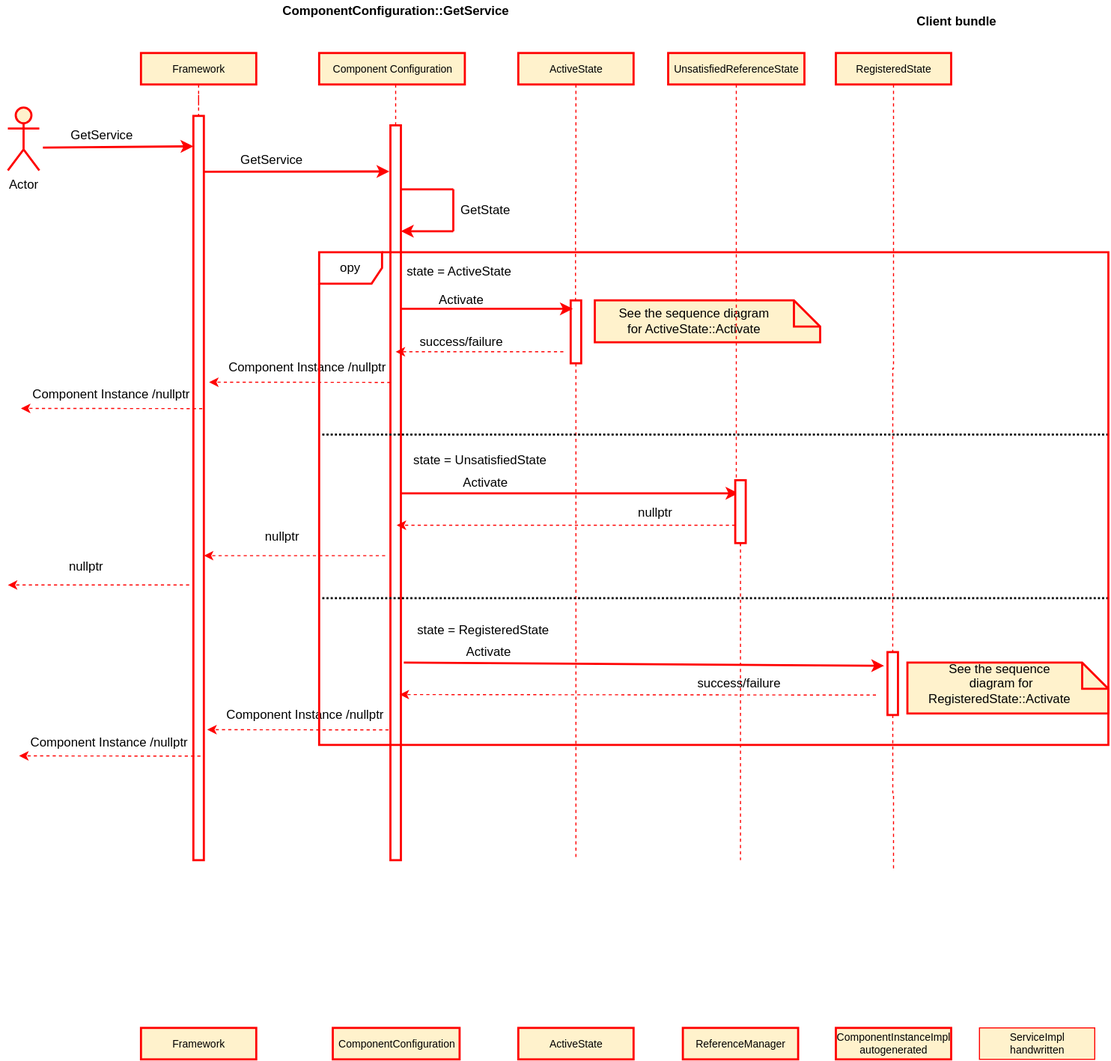
CppMicroServices/rfcs keeps this draw.io diagram as text/0003-declarative-services/ComponentConfigurationGetService.svg. Above is the earlier version. Source tidied: cells renumbered, new cells last; positions are measured from the earlier drawing's top-left corner, leaving out a move shared by most shapes.
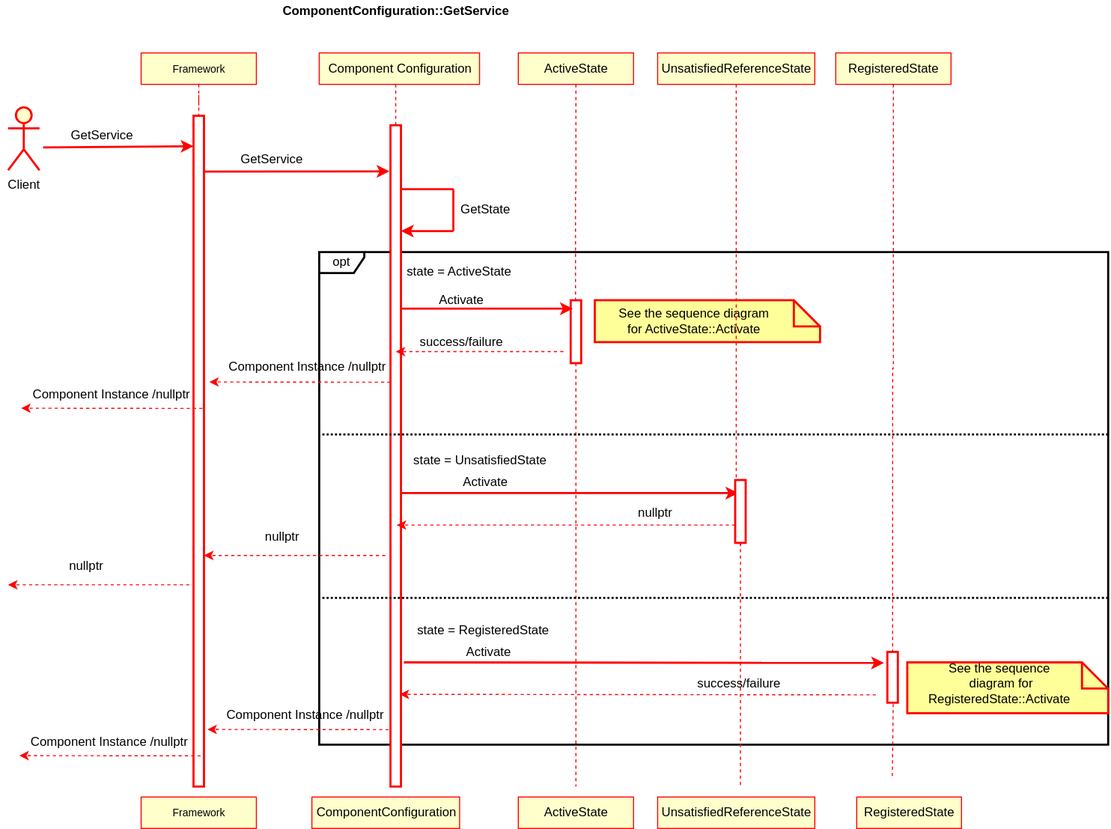
After the commit.

Change to the diagram source:
```diff
@@ -2,20 +2,23 @@
   <root>
     <mxCell id="0" />
     <mxCell id="1" parent="0" />
+    <mxCell id="70" value="opt" style="shape=umlFrame;whiteSpace=wrap;html=1;strokeWidth=2;width=43;height=20;" parent="1" vertex="1">
+      <mxGeometry x="297" y="240" width="753" height="470" as="geometry" />
+    </mxCell>
     <mxCell id="2" style="html=1;points=[];perimeter=orthogonalPerimeter;strokeWidth=2;strokeColor=#FF0000;" parent="1" vertex="1">
-      <mxGeometry x="177" y="110" width="10" height="710" as="geometry" />
+      <mxGeometry x="177" y="110" width="10" height="640" as="geometry" />
     </mxCell>
     <mxCell id="3" style="edgeStyle=orthogonalEdgeStyle;rounded=0;jettySize=auto;html=1;dashed=1;endArrow=none;endFill=0;strokeColor=#FF0000;strokeWidth=1;" parent="1" edge="1" source="4" target="2">
       <mxGeometry relative="1" as="geometry" />
     </mxCell>
-    <mxCell id="4" value="&lt;span style=&quot;font-size: 10px&quot;&gt;Framework&lt;/span&gt;" style="html=1;strokeWidth=2;fillColor=#fff2cc;strokeColor=#FF0000;" parent="1" vertex="1">
+    <mxCell id="4" value="&lt;span style=&quot;font-size: 10px&quot;&gt;Framework&lt;/span&gt;" style="html=1;strokeWidth=1;strokeColor=#FF0000;fillColor=#FFFFCC;" parent="1" vertex="1">
       <mxGeometry x="127" y="50" width="110" height="30" as="geometry" />
     </mxCell>
     <mxCell id="5" value="&lt;font style=&quot;font-size: 12px&quot;&gt;&lt;b&gt;ComponentConfiguration::GetService&lt;/b&gt;&lt;/font&gt;" style="text;html=1;align=center;verticalAlign=middle;fontSize=10;" parent="1" vertex="1">
       <mxGeometry x="255" width="230" height="20" as="geometry" />
     </mxCell>
-    <mxCell id="6" value="&lt;font style=&quot;font-size: 10px&quot;&gt;Component Configuration&lt;/font&gt;" style="html=1;strokeWidth=2;fontSize=10;fillColor=#fff2cc;strokeColor=#FF0000;" parent="1" vertex="1">
-      <mxGeometry x="297" y="50" width="139" height="30" as="geometry" />
+    <mxCell id="6" value="&lt;font style=&quot;font-size: 12px;&quot;&gt;Component Configuration&lt;/font&gt;" style="html=1;strokeWidth=1;fontSize=12;strokeColor=#FF0000;fillColor=#FFFFCC;" parent="1" vertex="1">
+      <mxGeometry x="297" y="50" width="153" height="30" as="geometry" />
     </mxCell>
     <mxCell id="7" style="rounded=0;orthogonalLoop=1;jettySize=auto;html=1;dashed=1;endArrow=none;endFill=0;strokeWidth=1;strokeColor=#FF0000;" parent="1" edge="1">
       <mxGeometry relative="1" as="geometry">
@@ -26,7 +29,7 @@
     <mxCell id="8" style="edgeStyle=orthogonalEdgeStyle;rounded=0;jettySize=auto;html=1;entryX=0.46;entryY=-0.006;entryDx=0;entryDy=0;entryPerimeter=0;endArrow=none;endFill=0;strokeColor=#FF0000;strokeWidth=1;dashed=1;" parent="1" edge="1" source="9" target="14">
       <mxGeometry relative="1" as="geometry" />
     </mxCell>
-    <mxCell id="9" value="&lt;font style=&quot;font-size: 10px&quot;&gt;ActiveState&lt;/font&gt;" style="html=1;strokeWidth=2;fontSize=10;fillColor=#fff2cc;strokeColor=#FF0000;" parent="1" vertex="1">
+    <mxCell id="9" value="&lt;font style=&quot;font-size: 12px;&quot;&gt;ActiveState&lt;/font&gt;" style="html=1;strokeWidth=1;fontSize=12;strokeColor=#FF0000;fillColor=#FFFFCC;" parent="1" vertex="1">
       <mxGeometry x="487" y="50" width="110" height="30" as="geometry" />
     </mxCell>
     <mxCell id="10" style="edgeStyle=none;rounded=0;jettySize=auto;html=1;dashed=1;startArrow=none;startFill=0;endArrow=none;endFill=0;strokeWidth=1;fontSize=10;strokeColor=#FF0000;" parent="1" edge="1" source="54">
@@ -34,15 +37,15 @@
         <mxPoint x="699" y="520" as="targetPoint" />
       </mxGeometry>
     </mxCell>
-    <mxCell id="11" value="&lt;font style=&quot;font-size: 10px&quot;&gt;UnsatisfiedReferenceState&lt;/font&gt;" style="html=1;strokeWidth=2;fontSize=10;fillColor=#fff2cc;strokeColor=#FF0000;" parent="1" vertex="1">
-      <mxGeometry x="630" y="50" width="130" height="30" as="geometry" />
+    <mxCell id="11" value="&lt;font style=&quot;font-size: 12px;&quot;&gt;UnsatisfiedReferenceState&lt;/font&gt;" style="html=1;strokeWidth=1;fontSize=12;strokeColor=#FF0000;fillColor=#FFFFCC;" parent="1" vertex="1">
+      <mxGeometry x="620" y="50" width="150" height="30" as="geometry" />
     </mxCell>
     <mxCell id="12" style="html=1;perimeter=orthogonalPerimeter;strokeWidth=2;strokeColor=#FF0000;" parent="1" vertex="1">
-      <mxGeometry x="365" y="119" width="10" height="701" as="geometry" />
+      <mxGeometry x="365" y="119" width="10" height="631" as="geometry" />
     </mxCell>
     <mxCell id="13" style="edgeStyle=orthogonalEdgeStyle;rounded=0;jettySize=auto;html=1;dashed=1;strokeColor=#FF0000;strokeWidth=1;endArrow=none;endFill=0;" parent="1" edge="1" source="14">
       <mxGeometry relative="1" as="geometry">
-        <mxPoint x="542" y="820" as="targetPoint" />
+        <mxPoint x="542" y="750" as="targetPoint" />
       </mxGeometry>
     </mxCell>
     <mxCell id="14" style="html=1;points=[];perimeter=orthogonalPerimeter;strokeWidth=2;strokeColor=#FF0000;" parent="1" vertex="1">
@@ -50,37 +53,31 @@
     </mxCell>
     <mxCell id="15" style="edgeStyle=orthogonalEdgeStyle;rounded=0;jettySize=auto;html=1;dashed=1;endArrow=none;endFill=0;strokeColor=#FF0000;strokeWidth=1;" parent="1" edge="1" source="54">
       <mxGeometry relative="1" as="geometry">
-        <mxPoint x="699" y="820" as="targetPoint" />
+        <mxPoint x="699" y="750" as="targetPoint" />
       </mxGeometry>
     </mxCell>
     <mxCell id="16" style="edgeStyle=orthogonalEdgeStyle;rounded=0;jettySize=auto;html=1;endArrow=none;endFill=0;strokeColor=#FF0000;strokeWidth=1;dashed=1;entryX=0.5;entryY=0;entryDx=0;entryDy=0;entryPerimeter=0;" parent="1" edge="1" source="17" target="62">
       <mxGeometry relative="1" as="geometry" />
     </mxCell>
-    <mxCell id="17" value="RegisteredState" style="html=1;strokeWidth=2;fontSize=10;fillColor=#fff2cc;strokeColor=#FF0000;" parent="1" vertex="1">
+    <mxCell id="17" value="RegisteredState" style="html=1;strokeWidth=1;fontSize=12;strokeColor=#FF0000;fillColor=#FFFFCC;" parent="1" vertex="1">
       <mxGeometry x="790" y="50" width="110" height="30" as="geometry" />
     </mxCell>
-    <mxCell id="18" value="&lt;b&gt;Client bundle&lt;/b&gt;" style="text;html=1;align=center;verticalAlign=middle;" parent="1" vertex="1">
-      <mxGeometry x="860" y="10" width="90" height="20" as="geometry" />
-    </mxCell>
-    <mxCell id="19" value="&lt;span style=&quot;font-size: 10px&quot;&gt;Framework&lt;/span&gt;" style="html=1;strokeWidth=2;fillColor=#fff2cc;strokeColor=#FF0000;" parent="1" vertex="1">
-      <mxGeometry x="127" y="980" width="110" height="30" as="geometry" />
+    <mxCell id="19" value="&lt;span style=&quot;font-size: 10px&quot;&gt;Framework&lt;/span&gt;" style="html=1;strokeWidth=1;strokeColor=#FF0000;fillColor=#FFFFCC;" parent="1" vertex="1">
+      <mxGeometry x="127" y="760" width="110" height="30" as="geometry" />
     </mxCell>
-    <mxCell id="20" value="&lt;font style=&quot;font-size: 10px&quot;&gt;ComponentConfiguration&lt;/font&gt;" style="html=1;strokeWidth=2;fontSize=10;fillColor=#fff2cc;strokeColor=#FF0000;" parent="1" vertex="1">
-      <mxGeometry x="310" y="980" width="121" height="30" as="geometry" />
+    <mxCell id="20" value="&lt;font style=&quot;font-size: 12px;&quot;&gt;ComponentConfiguration&lt;/font&gt;" style="html=1;strokeWidth=1;fontSize=12;strokeColor=#FF0000;fillColor=#FFFFCC;" parent="1" vertex="1">
+      <mxGeometry x="290" y="760" width="141" height="30" as="geometry" />
     </mxCell>
-    <mxCell id="21" value="&lt;font style=&quot;font-size: 10px&quot;&gt;ActiveState&lt;/font&gt;" style="html=1;strokeWidth=2;fontSize=10;fillColor=#fff2cc;strokeColor=#FF0000;" parent="1" vertex="1">
-      <mxGeometry x="487" y="980" width="110" height="30" as="geometry" />
+    <mxCell id="21" value="&lt;font style=&quot;font-size: 12px;&quot;&gt;ActiveState&lt;/font&gt;" style="html=1;strokeWidth=1;fontSize=12;strokeColor=#FF0000;fillColor=#FFFFCC;" parent="1" vertex="1">
+      <mxGeometry x="487" y="760" width="110" height="30" as="geometry" />
     </mxCell>
-    <mxCell id="22" value="&lt;font style=&quot;font-size: 10px&quot;&gt;ReferenceManager&lt;/font&gt;" style="html=1;strokeWidth=2;fontSize=10;fillColor=#fff2cc;strokeColor=#FF0000;" parent="1" vertex="1">
-      <mxGeometry x="644" y="980" width="110" height="30" as="geometry" />
+    <mxCell id="22" value="&lt;font style=&quot;font-size: 12px&quot;&gt;UnsatisfiedReferenceState&lt;/font&gt;" style="html=1;strokeWidth=1;fontSize=12;strokeColor=#FF0000;fillColor=#FFFFCC;" parent="1" vertex="1">
+      <mxGeometry x="620" y="760" width="150" height="30" as="geometry" />
     </mxCell>
-    <mxCell id="23" value="ComponentInstanceImpl&lt;br&gt;autogenerated" style="html=1;strokeWidth=2;fontSize=10;fillColor=#fff2cc;strokeColor=#FF0000;" parent="1" vertex="1">
-      <mxGeometry x="790" y="980" width="110" height="30" as="geometry" />
+    <mxCell id="23" value="RegisteredState" style="html=1;strokeWidth=1;fontSize=12;strokeColor=#FF0000;fillColor=#FFFFCC;" parent="1" vertex="1">
+      <mxGeometry x="810" y="760" width="100" height="30" as="geometry" />
     </mxCell>
-    <mxCell id="24" value="&lt;font style=&quot;font-size: 10px&quot;&gt;ServiceImpl&lt;br&gt;handwritten&lt;br&gt;&lt;/font&gt;" style="html=1;strokeWidth=1;fontSize=10;fillColor=#fff2cc;strokeColor=#FF0000;" parent="1" vertex="1">
-      <mxGeometry x="927" y="980" width="110" height="30" as="geometry" />
-    </mxCell>
-    <mxCell id="25" value="Actor" style="shape=umlActor;verticalLabelPosition=bottom;verticalAlign=top;html=1;fillColor=#fff2cc;strokeColor=#FF0000;strokeWidth=2;" parent="1" vertex="1">
+    <mxCell id="25" value="Client" style="shape=umlActor;verticalLabelPosition=bottom;verticalAlign=top;html=1;strokeColor=#FF0000;strokeWidth=2;fillColor=#FFFFCC;" parent="1" vertex="1">
       <mxGeometry y="102" width="30" height="60" as="geometry" />
     </mxCell>
     <mxCell id="26" style="endArrow=classic;html=1;strokeWidth=2;strokeColor=#FF0000;exitX=0.013;exitY=0.91;exitDx=0;exitDy=0;exitPerimeter=0;" parent="1" edge="1">
@@ -113,7 +110,7 @@
     <mxCell id="33" value="GetState" style="text;html=1;strokeColor=none;fillColor=none;align=center;verticalAlign=middle;whiteSpace=wrap;rounded=0;" parent="1" vertex="1">
       <mxGeometry x="436" y="190" width="40" height="20" as="geometry" />
     </mxCell>
-    <mxCell id="34" style="shape=note2;boundedLbl=1;whiteSpace=wrap;html=1;size=25;verticalAlign=top;align=center;strokeWidth=2;fillColor=#fff2cc;strokeColor=#FF0000;" parent="1" vertex="1">
+    <mxCell id="34" style="shape=note2;boundedLbl=1;whiteSpace=wrap;html=1;size=25;verticalAlign=top;align=center;strokeWidth=2;strokeColor=#FF0000;fillColor=#FFFF99;" parent="1" vertex="1">
       <mxGeometry x="560" y="286" width="215" height="40" as="geometry" />
     </mxCell>
     <mxCell id="35" value="See the sequence diagram for ActiveState::Activate" style="text;html=1;strokeColor=none;fillColor=none;align=center;verticalAlign=middle;whiteSpace=wrap;rounded=0;" parent="1" vertex="1">
@@ -158,7 +155,7 @@
         <mxPoint x="192" y="364" as="targetPoint" />
       </mxGeometry>
     </mxCell>
-    <mxCell id="44" value="Component Instance /nullptr" style="text;html=1;strokeColor=none;fillColor=none;align=center;verticalAlign=middle;whiteSpace=wrap;rounded=0;" parent="1" vertex="1">
+    <mxCell id="44" value="Component Instance&amp;nbsp;/nullptr" style="text;html=1;strokeColor=none;fillColor=none;align=center;verticalAlign=middle;whiteSpace=wrap;rounded=0;" parent="1" vertex="1">
       <mxGeometry x="20" y="366" width="158" height="20" as="geometry" />
     </mxCell>
     <mxCell id="45" style="endArrow=none;html=1;dashed=1;strokeWidth=2;dashPattern=1 1;" parent="1" edge="1">
@@ -229,13 +226,8 @@
     <mxCell id="60" value="success/failure" style="text;html=1;strokeColor=none;fillColor=none;align=center;verticalAlign=middle;whiteSpace=wrap;rounded=0;" parent="1" vertex="1">
       <mxGeometry x="598.2" y="641.5" width="200" height="20" as="geometry" />
     </mxCell>
-    <mxCell id="61" style="edgeStyle=orthogonalEdgeStyle;rounded=0;jettySize=auto;html=1;dashed=1;endArrow=none;endFill=0;strokeWidth=1;strokeColor=#FF0000;" parent="1" edge="1" source="62">
-      <mxGeometry relative="1" as="geometry">
-        <mxPoint x="845" y="830" as="targetPoint" />
-      </mxGeometry>
-    </mxCell>
     <mxCell id="62" style="html=1;points=[];perimeter=orthogonalPerimeter;strokeWidth=2;strokeColor=#FF0000;" parent="1" vertex="1">
-      <mxGeometry x="839.2" y="621.5" width="10" height="60" as="geometry" />
+      <mxGeometry x="839.2" y="621.5" width="10" height="48.5" as="geometry" />
     </mxCell>
     <mxCell id="63" value="Activate" style="text;html=1;strokeColor=none;fillColor=none;align=center;verticalAlign=middle;whiteSpace=wrap;rounded=0;" parent="1" vertex="1">
       <mxGeometry x="438.8" y="611.5" width="40" height="20" as="geometry" />
@@ -258,14 +250,16 @@
     <mxCell id="67" value="Component Instance /nullptr" style="text;html=1;strokeColor=none;fillColor=none;align=center;verticalAlign=middle;whiteSpace=wrap;rounded=0;" parent="1" vertex="1">
       <mxGeometry x="18.2" y="697.5" width="158" height="20" as="geometry" />
     </mxCell>
-    <mxCell id="68" style="shape=note2;boundedLbl=1;whiteSpace=wrap;html=1;size=25;verticalAlign=top;align=center;strokeWidth=2;fillColor=#fff2cc;strokeColor=#FF0000;" parent="1" vertex="1">
+    <mxCell id="68" style="shape=note2;boundedLbl=1;whiteSpace=wrap;html=1;size=25;verticalAlign=top;align=center;strokeWidth=2;strokeColor=#FF0000;fillColor=#FFFF99;" parent="1" vertex="1">
       <mxGeometry x="858.2" y="631.5" width="191.8" height="48.5" as="geometry" />
     </mxCell>
     <mxCell id="69" value="See the sequence&lt;br&gt;&amp;nbsp;diagram for RegisteredState::Activate" style="text;html=1;strokeColor=none;fillColor=none;align=center;verticalAlign=middle;whiteSpace=wrap;rounded=0;" parent="1" vertex="1">
       <mxGeometry x="873.2" y="631.5" width="146.8" height="40" as="geometry" />
     </mxCell>
-    <mxCell id="70" value="opy" style="shape=umlFrame;whiteSpace=wrap;html=1;strokeColor=#FF0000;strokeWidth=2;" parent="1" vertex="1">
-      <mxGeometry x="297" y="240" width="753" height="470" as="geometry" />
-    </mxCell>
+    <mxCell id="71" style="endArrow=none;dashed=1;html=1;strokeWidth=1;fontSize=12;entryX=0.555;entryY=1.029;entryDx=0;entryDy=0;entryPerimeter=0;strokeColor=#FF0000;" parent="1" edge="1" target="62">
+      <mxGeometry relative="1" as="geometry">
+        <mxPoint x="844" y="740" as="sourcePoint" />
+      </mxGeometry>
+    </mxCell>
   </root>
 </mxGraphModel>
```
